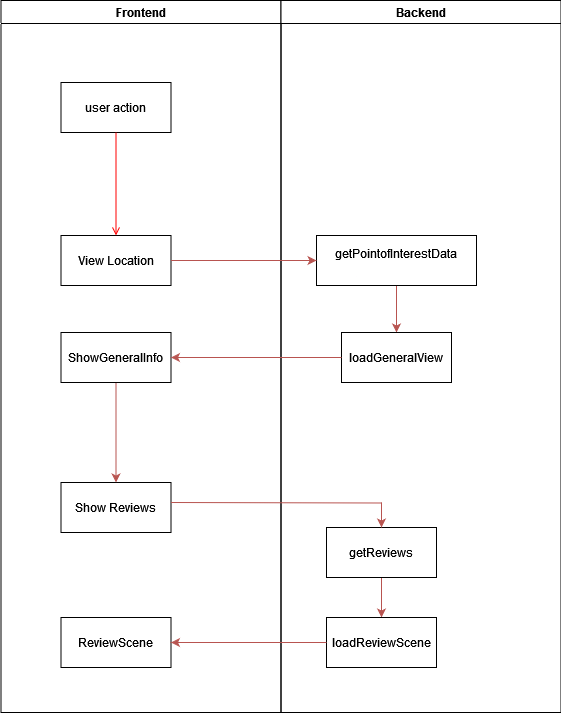
The draw.io diagram docs/assets/srs/viewreview-ad.png in green-sprout/green-sprout.github.io, before a commit. Source tidied: cells renumbered, new cells last; positions are measured from the earlier drawing's top-left corner, leaving out a move shared by most shapes. Its diagram source:
```xml
<mxGraphModel>
  <root>
    <mxCell id="0" />
    <mxCell id="1" parent="0" />
    <mxCell id="2" value="Frontend" style="swimlane;whiteSpace=wrap;" parent="1" vertex="1">
      <mxGeometry x="0.5" width="280" height="712" as="geometry" />
    </mxCell>
    <mxCell id="3" value="user action" parent="2" vertex="1">
      <mxGeometry x="60" y="82" width="110" height="50" as="geometry" />
    </mxCell>
    <mxCell id="4" value="ReviewScene" parent="2" vertex="1">
      <mxGeometry x="60" y="617" width="110" height="50" as="geometry" />
    </mxCell>
    <mxCell id="5" value="View Location" parent="2" vertex="1">
      <mxGeometry x="60" y="235" width="110" height="50" as="geometry" />
    </mxCell>
    <mxCell id="6" style="endArrow=open;strokeColor=#FF0000;endFill=1;rounded=0;" parent="2" edge="1" source="3" target="5">
      <mxGeometry relative="1" as="geometry" />
    </mxCell>
    <mxCell id="7" value="Show Reviews" parent="2" vertex="1">
      <mxGeometry x="60" y="482" width="110" height="50" as="geometry" />
    </mxCell>
    <mxCell id="8" style="edgeStyle=orthogonalEdgeStyle;rounded=0;jettySize=auto;html=1;entryX=0.5;entryY=0;entryDx=0;entryDy=0;fillColor=#f8cecc;strokeColor=#b85450;" parent="2" edge="1" source="9" target="7">
      <mxGeometry relative="1" as="geometry" />
    </mxCell>
    <mxCell id="9" value="ShowGeneralInfo" parent="2" vertex="1">
      <mxGeometry x="60" y="332" width="110" height="50" as="geometry" />
    </mxCell>
    <mxCell id="10" value="Backend" style="swimlane;whiteSpace=wrap;" parent="1" vertex="1">
      <mxGeometry x="280.5" width="280" height="712" as="geometry" />
    </mxCell>
    <mxCell id="11" style="edgeStyle=orthogonalEdgeStyle;rounded=0;jettySize=auto;html=1;fillColor=#f8cecc;strokeColor=#b85450;" parent="10" edge="1" source="12" target="18">
      <mxGeometry relative="1" as="geometry" />
    </mxCell>
    <mxCell id="12" value="getPointofInterestData&#10;" parent="10" vertex="1">
      <mxGeometry x="35.5" y="235" width="160" height="50" as="geometry" />
    </mxCell>
    <mxCell id="13" style="edgeStyle=orthogonalEdgeStyle;rounded=0;jettySize=auto;html=1;entryX=0.5;entryY=0;entryDx=0;entryDy=0;fillColor=#f8cecc;strokeColor=#b85450;" parent="10" edge="1" source="14" target="15">
      <mxGeometry relative="1" as="geometry" />
    </mxCell>
    <mxCell id="14" value="getReviews" parent="10" vertex="1">
      <mxGeometry x="45.5" y="527" width="110" height="50" as="geometry" />
    </mxCell>
    <mxCell id="15" value="loadReviewScene" parent="10" vertex="1">
      <mxGeometry x="45.5" y="617" width="110" height="50" as="geometry" />
    </mxCell>
    <mxCell id="16" style="edgeStyle=orthogonalEdgeStyle;rounded=0;jettySize=auto;html=1;entryX=1;entryY=0.5;entryDx=0;entryDy=0;fillColor=#f8cecc;strokeColor=#b85450;" parent="10" edge="1" source="15">
      <mxGeometry relative="1" as="geometry">
        <mxPoint x="-110" y="642" as="targetPoint" />
      </mxGeometry>
    </mxCell>
    <mxCell id="17" style="edgeStyle=orthogonalEdgeStyle;rounded=0;jettySize=auto;html=1;entryX=0.5;entryY=0;entryDx=0;entryDy=0;fillColor=#f8cecc;strokeColor=#b85450;" parent="10" edge="1" target="14">
      <mxGeometry relative="1" as="geometry">
        <mxPoint x="-110" y="502" as="sourcePoint" />
      </mxGeometry>
    </mxCell>
    <mxCell id="18" value="loadGeneralView" parent="10" vertex="1">
      <mxGeometry x="60.5" y="332" width="110" height="50" as="geometry" />
    </mxCell>
    <mxCell id="19" style="edgeStyle=orthogonalEdgeStyle;rounded=0;jettySize=auto;html=1;fillColor=#f8cecc;strokeColor=#b85450;" parent="1" edge="1" source="5" target="12">
      <mxGeometry relative="1" as="geometry" />
    </mxCell>
    <mxCell id="20" style="edgeStyle=orthogonalEdgeStyle;rounded=0;jettySize=auto;html=1;entryX=1;entryY=0.5;entryDx=0;entryDy=0;fillColor=#f8cecc;strokeColor=#b85450;" parent="1" edge="1" source="18" target="9">
      <mxGeometry relative="1" as="geometry" />
    </mxCell>
  </root>
</mxGraphModel>
```
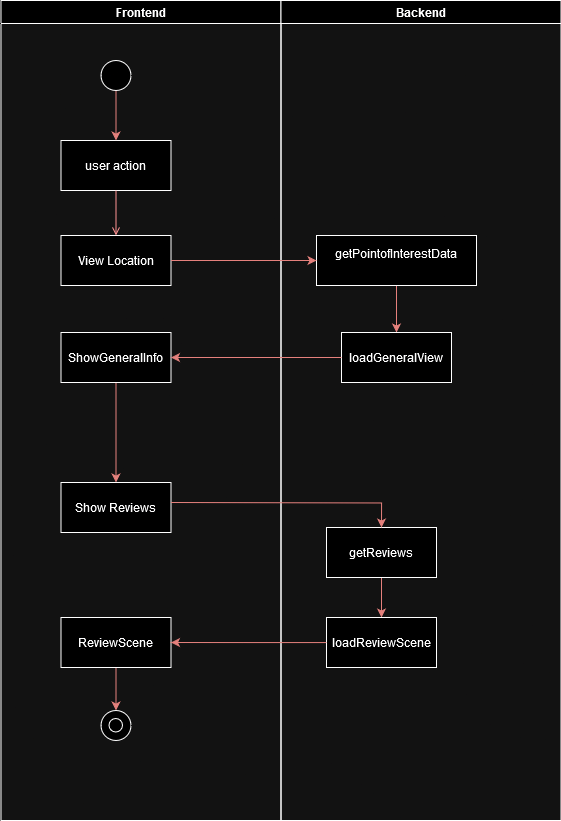
The same file after the commit.

The edit, as a diff of the source:
```diff
@@ -3,11 +3,14 @@
     <mxCell id="0" />
     <mxCell id="1" parent="0" />
     <mxCell id="2" value="Frontend" style="swimlane;whiteSpace=wrap;" parent="1" vertex="1">
-      <mxGeometry x="0.5" width="280" height="712" as="geometry" />
+      <mxGeometry x="0.5" width="280" height="820" as="geometry" />
     </mxCell>
     <mxCell id="3" value="user action" parent="2" vertex="1">
-      <mxGeometry x="60" y="82" width="110" height="50" as="geometry" />
+      <mxGeometry x="60" y="140" width="110" height="50" as="geometry" />
     </mxCell>
+    <mxCell id="21" style="edgeStyle=orthogonalEdgeStyle;rounded=0;jettySize=auto;html=1;entryX=0.5;entryY=0;entryDx=0;entryDy=0;fillColor=#f8cecc;strokeColor=#b85450;" parent="2" edge="1" source="4" target="24">
+      <mxGeometry relative="1" as="geometry" />
+    </mxCell>
     <mxCell id="4" value="ReviewScene" parent="2" vertex="1">
       <mxGeometry x="60" y="617" width="110" height="50" as="geometry" />
     </mxCell>
@@ -26,8 +29,20 @@
     <mxCell id="9" value="ShowGeneralInfo" parent="2" vertex="1">
       <mxGeometry x="60" y="332" width="110" height="50" as="geometry" />
     </mxCell>
+    <mxCell id="22" style="edgeStyle=orthogonalEdgeStyle;rounded=0;jettySize=auto;html=1;entryX=0.5;entryY=0;entryDx=0;entryDy=0;fillColor=#f8cecc;strokeColor=#b85450;" parent="2" edge="1" source="23" target="3">
+      <mxGeometry relative="1" as="geometry" />
+    </mxCell>
+    <mxCell id="23" style="ellipse;whiteSpace=wrap;html=1;" parent="2" vertex="1">
+      <mxGeometry x="100" y="60" width="30" height="30" as="geometry" />
+    </mxCell>
+    <mxCell id="24" style="ellipse;whiteSpace=wrap;html=1;" parent="2" vertex="1">
+      <mxGeometry x="100" y="710" width="30" height="30" as="geometry" />
+    </mxCell>
+    <mxCell id="25" style="ellipse;whiteSpace=wrap;html=1;" parent="2" vertex="1">
+      <mxGeometry x="108" y="718" width="13.5" height="13.5" as="geometry" />
+    </mxCell>
     <mxCell id="10" value="Backend" style="swimlane;whiteSpace=wrap;" parent="1" vertex="1">
-      <mxGeometry x="280.5" width="280" height="712" as="geometry" />
+      <mxGeometry x="280.5" width="280" height="820" as="geometry" />
     </mxCell>
     <mxCell id="11" style="edgeStyle=orthogonalEdgeStyle;rounded=0;jettySize=auto;html=1;fillColor=#f8cecc;strokeColor=#b85450;" parent="10" edge="1" source="12" target="18">
       <mxGeometry relative="1" as="geometry" />
```
